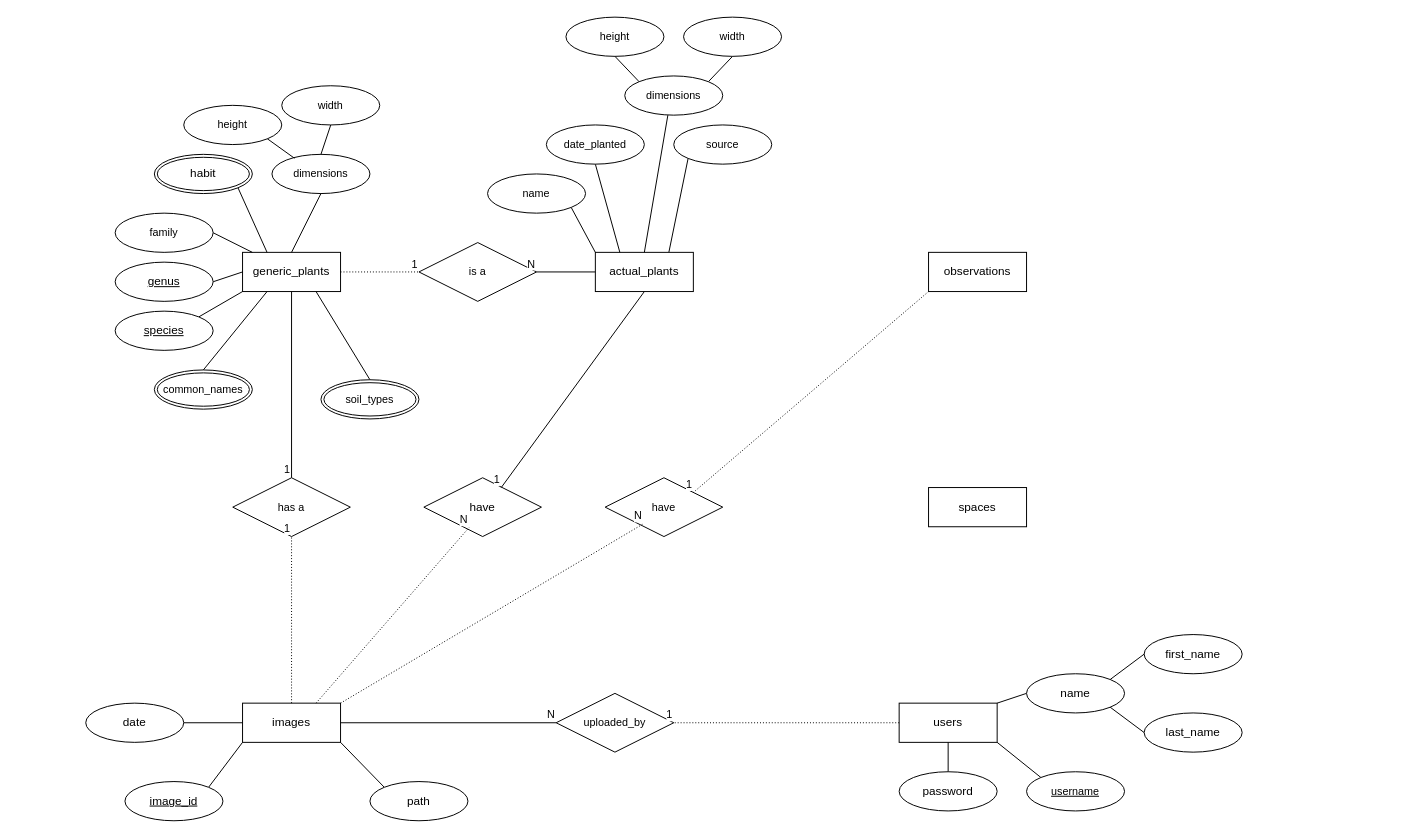
Grimcheese/Eucalypto keeps this draw.io diagram as docs/eucalypto-erd.drawio. Above is the earlier version. Source tidied: cells renumbered, new cells numbered last; positions are measured from the earlier drawing's top-left corner, leaving out a move shared by most shapes. Both pictures are drawn from the tidied source at 98%, with x=0, y=0 at pixel (85, 17).
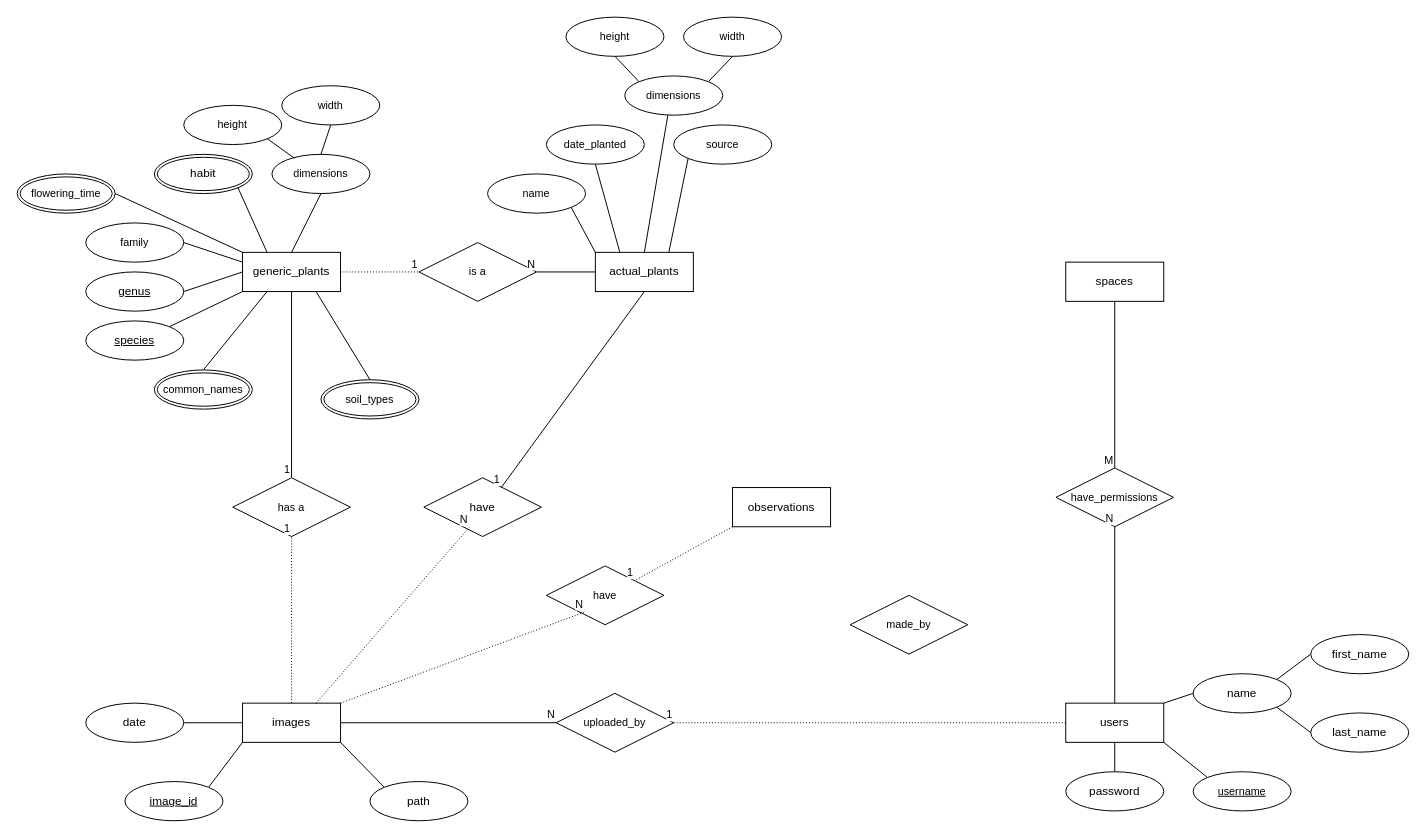
Above is the later version.

Unchanged cells that the change refers to:
```xml
<mxCell id="2" value="generic_plants" style="whiteSpace=wrap;html=1;align=center;fontSize=12;" parent="1" vertex="1">
  <mxGeometry x="160" y="240" width="100" height="40" as="geometry" />
</mxCell>
```

Diff of the diagram source:
```diff
@@
     <mxCell id="8" value="genus" style="ellipse;whiteSpace=wrap;html=1;align=center;fontStyle=4;fontFamily=Helvetica;fontSize=12;fontColor=default;labelBackgroundColor=default;" parent="1" vertex="1">
-      <mxGeometry x="30" y="250" width="100" height="40" as="geometry" />
+      <mxGeometry y="260" width="100" height="40" as="geometry" />
     </mxCell>
@@
     <mxCell id="10" value="species" style="ellipse;whiteSpace=wrap;html=1;align=center;fontStyle=4;fontFamily=Helvetica;fontSize=12;fontColor=default;labelBackgroundColor=default;" parent="1" vertex="1">
-      <mxGeometry x="30" y="300" width="100" height="40" as="geometry" />
+      <mxGeometry y="310" width="100" height="40" as="geometry" />
     </mxCell>
@@
     <mxCell id="18" value="users" style="whiteSpace=wrap;html=1;align=center;fontFamily=Helvetica;fontSize=12;fontColor=default;labelBackgroundColor=default;" parent="1" vertex="1">
-      <mxGeometry x="830" y="700" width="100" height="40" as="geometry" />
+      <mxGeometry x="1000" y="700" width="100" height="40" as="geometry" />
     </mxCell>
     <mxCell id="19" value="observations" style="whiteSpace=wrap;html=1;align=center;fontFamily=Helvetica;fontSize=12;fontColor=default;labelBackgroundColor=default;" parent="1" vertex="1">
-      <mxGeometry x="860" y="240" width="100" height="40" as="geometry" />
+      <mxGeometry x="660" y="480" width="100" height="40" as="geometry" />
     </mxCell>
     <mxCell id="20" value="&lt;div style=&quot;font-size: 12px;&quot;&gt;spaces&lt;/div&gt;" style="whiteSpace=wrap;html=1;align=center;fontFamily=Helvetica;fontSize=12;fontColor=default;labelBackgroundColor=default;" parent="1" vertex="1">
-      <mxGeometry x="860" y="480" width="100" height="40" as="geometry" />
+      <mxGeometry x="1000" y="250" width="100" height="40" as="geometry" />
     </mxCell>
@@
     <mxCell id="22" value="name" style="ellipse;whiteSpace=wrap;html=1;align=center;fontFamily=Helvetica;fontSize=12;fontColor=default;labelBackgroundColor=default;" parent="1" vertex="1">
-      <mxGeometry x="960" y="670" width="100" height="40" as="geometry" />
+      <mxGeometry x="1130" y="670" width="100" height="40" as="geometry" />
     </mxCell>
@@
     <mxCell id="24" value="first_name" style="ellipse;whiteSpace=wrap;html=1;align=center;fontFamily=Helvetica;fontSize=12;fontColor=default;labelBackgroundColor=default;" parent="1" vertex="1">
-      <mxGeometry x="1080" y="630" width="100" height="40" as="geometry" />
+      <mxGeometry x="1250" y="630" width="100" height="40" as="geometry" />
     </mxCell>
@@
     <mxCell id="26" value="last_name" style="ellipse;whiteSpace=wrap;html=1;align=center;fontFamily=Helvetica;fontSize=12;fontColor=default;labelBackgroundColor=default;" parent="1" vertex="1">
-      <mxGeometry x="1080" y="710" width="100" height="40" as="geometry" />
+      <mxGeometry x="1250" y="710" width="100" height="40" as="geometry" />
     </mxCell>
@@
     <mxCell id="28" value="username" style="ellipse;whiteSpace=wrap;html=1;align=center;fontStyle=4;fontFamily=Helvetica;fontSize=11;fontColor=default;labelBackgroundColor=default;" parent="1" vertex="1">
-      <mxGeometry x="960" y="770" width="100" height="40" as="geometry" />
+      <mxGeometry x="1130" y="770" width="100" height="40" as="geometry" />
     </mxCell>
@@
-    <mxCell id="31" style="edgeStyle=none;shape=connector;rounded=0;jettySize=auto;html=1;exitX=1;exitY=0.5;exitDx=0;exitDy=0;strokeColor=default;align=center;verticalAlign=middle;fontFamily=Helvetica;fontSize=11;fontColor=default;labelBackgroundColor=default;endArrow=none;endFill=0;" parent="1" edge="1" source="32">
-      <mxGeometry relative="1" as="geometry">
-        <mxPoint x="170" y="240" as="targetPoint" />
-      </mxGeometry>
+    <mxCell id="31" style="edgeStyle=none;shape=connector;rounded=0;jettySize=auto;html=1;exitX=1;exitY=0.5;exitDx=0;exitDy=0;strokeColor=default;align=center;verticalAlign=middle;fontFamily=Helvetica;fontSize=11;fontColor=default;labelBackgroundColor=default;endArrow=none;endFill=0;entryX=0;entryY=0.25;entryDx=0;entryDy=0;" parent="1" edge="1" source="32" target="2">
+      <mxGeometry relative="1" as="geometry" />
     </mxCell>
     <mxCell id="32" value="family" style="ellipse;whiteSpace=wrap;html=1;align=center;fontFamily=Helvetica;fontSize=11;fontColor=default;labelBackgroundColor=default;" parent="1" vertex="1">
-      <mxGeometry x="30" y="200" width="100" height="40" as="geometry" />
+      <mxGeometry y="210" width="100" height="40" as="geometry" />
     </mxCell>
@@
     <mxCell id="67" value="password" style="ellipse;whiteSpace=wrap;html=1;align=center;" parent="1" vertex="1">
-      <mxGeometry x="830" y="770" width="100" height="40" as="geometry" />
+      <mxGeometry x="1000" y="770" width="100" height="40" as="geometry" />
     </mxCell>
@@
     <mxCell id="70" value="have" style="shape=rhombus;perimeter=rhombusPerimeter;whiteSpace=wrap;html=1;align=center;fontFamily=Helvetica;fontSize=11;fontColor=default;labelBackgroundColor=default;" parent="1" vertex="1">
-      <mxGeometry x="530" y="470" width="120" height="60" as="geometry" />
+      <mxGeometry x="470" y="560" width="120" height="60" as="geometry" />
     </mxCell>
@@
+    <mxCell id="79" value="have_permissions" style="shape=rhombus;perimeter=rhombusPerimeter;whiteSpace=wrap;html=1;align=center;fontFamily=Helvetica;fontSize=11;fontColor=default;labelBackgroundColor=default;" parent="1" vertex="1">
+      <mxGeometry x="990" y="460" width="120" height="60" as="geometry" />
+    </mxCell>
+    <mxCell id="80" style="endArrow=none;html=1;rounded=0;strokeColor=default;align=center;verticalAlign=middle;fontFamily=Helvetica;fontSize=11;fontColor=default;labelBackgroundColor=default;edgeStyle=none;entryX=0.5;entryY=1;entryDx=0;entryDy=0;exitX=0.5;exitY=0;exitDx=0;exitDy=0;" parent="1" edge="1" source="18" target="79">
+      <mxGeometry relative="1" as="geometry" />
+    </mxCell>
+    <mxCell id="81" value="N" style="html=1;whiteSpace=wrap;align=right;verticalAlign=bottom;fontFamily=Helvetica;fontSize=11;fontColor=default;labelBackgroundColor=default;" parent="80" vertex="1">
+      <mxGeometry x="1" relative="1" as="geometry" />
+    </mxCell>
+    <mxCell id="82" style="endArrow=none;html=1;rounded=0;strokeColor=default;align=center;verticalAlign=middle;fontFamily=Helvetica;fontSize=11;fontColor=default;labelBackgroundColor=default;edgeStyle=none;entryX=0.5;entryY=0;entryDx=0;entryDy=0;exitX=0.5;exitY=1;exitDx=0;exitDy=0;" parent="1" edge="1" source="20" target="79">
+      <mxGeometry relative="1" as="geometry" />
+    </mxCell>
+    <mxCell id="83" value="M" style="html=1;whiteSpace=wrap;align=right;verticalAlign=bottom;fontFamily=Helvetica;fontSize=11;fontColor=default;labelBackgroundColor=default;" parent="82" vertex="1">
+      <mxGeometry x="1" relative="1" as="geometry" />
+    </mxCell>
+    <mxCell id="84" style="edgeStyle=none;shape=connector;rounded=0;jettySize=auto;html=1;exitX=1;exitY=0.5;exitDx=0;exitDy=0;entryX=0;entryY=0;entryDx=0;entryDy=0;strokeColor=default;align=center;verticalAlign=middle;fontFamily=Helvetica;fontSize=11;fontColor=default;labelBackgroundColor=default;endArrow=none;endFill=0;" parent="1" edge="1" source="85" target="2">
+      <mxGeometry relative="1" as="geometry" />
+    </mxCell>
+    <mxCell id="85" value="flowering_time" style="ellipse;shape=doubleEllipse;margin=3;whiteSpace=wrap;html=1;align=center;fontFamily=Helvetica;fontSize=11;fontColor=default;labelBackgroundColor=default;" parent="1" vertex="1">
+      <mxGeometry x="-70" y="160" width="100" height="40" as="geometry" />
+    </mxCell>
+    <mxCell id="86" value="made_by" style="shape=rhombus;perimeter=rhombusPerimeter;whiteSpace=wrap;html=1;align=center;fontFamily=Helvetica;fontSize=11;fontColor=default;labelBackgroundColor=default;" parent="1" vertex="1">
+      <mxGeometry x="780" y="590" width="120" height="60" as="geometry" />
+    </mxCell>
```
